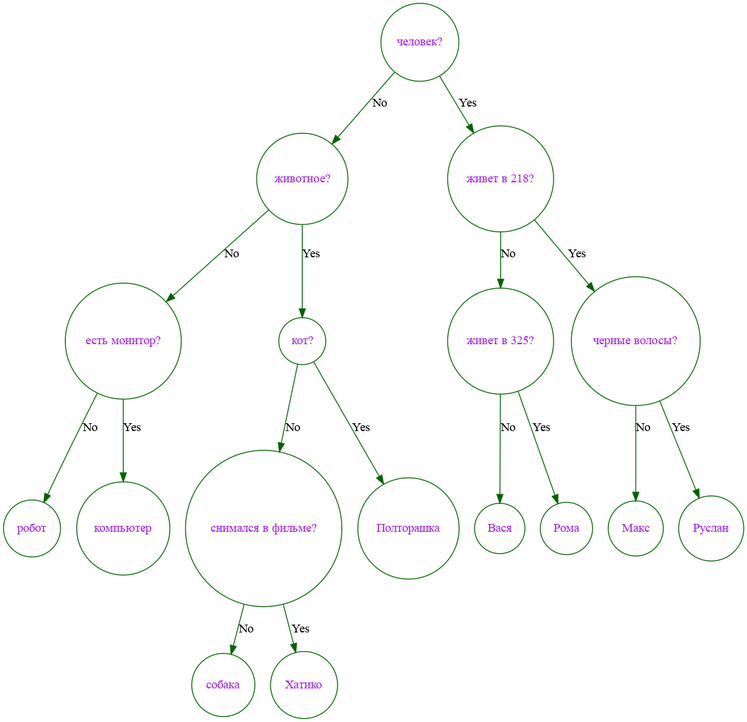
This is GraphViz/base_dump.png from Stan1slavssKy/Akinator, a Graphviz export, as it was before one commit. Its source is kept beside it as GraphViz/base_dump.dot.
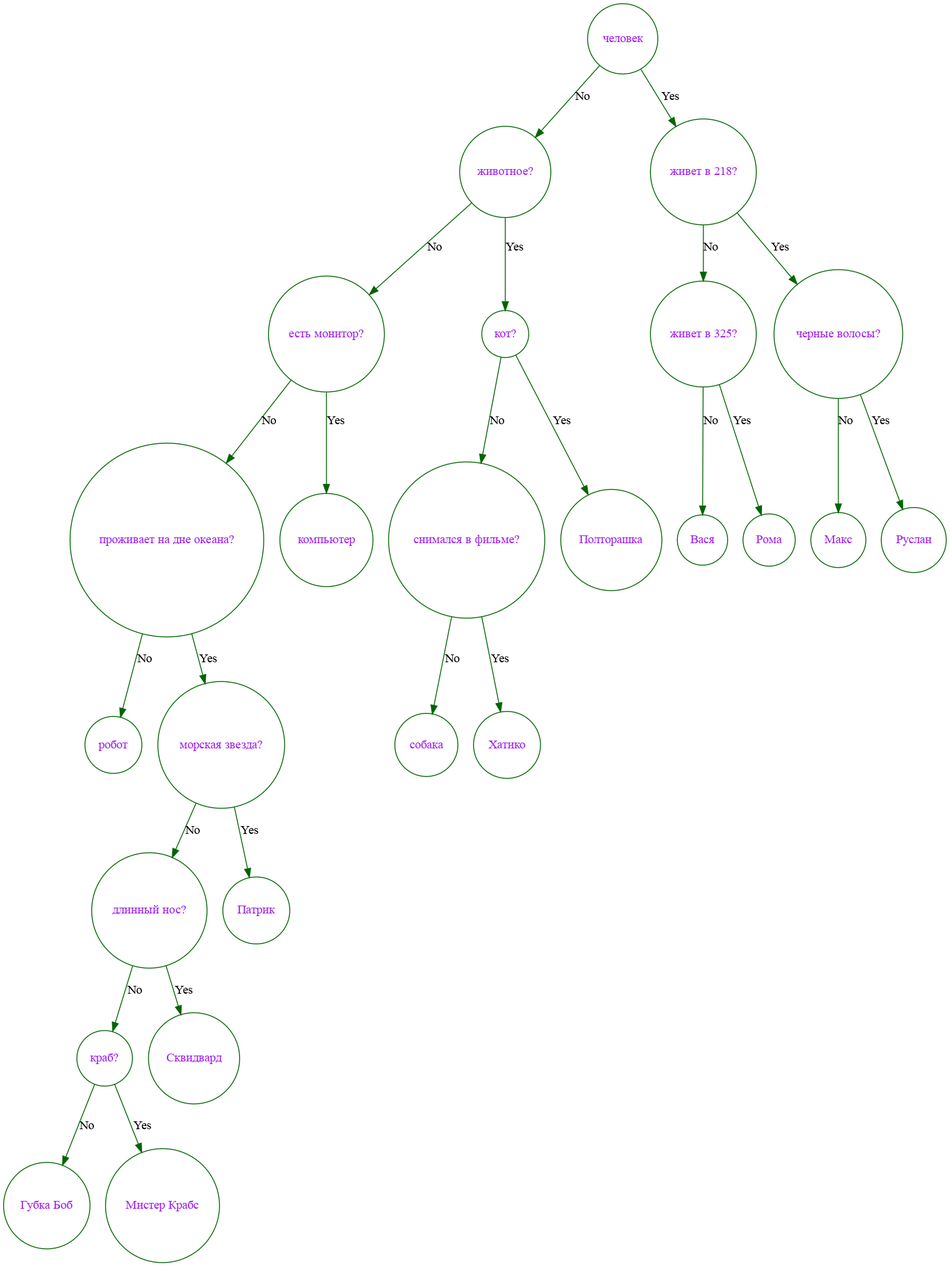
After the change.

The edit, as a diff of the source:
```diff
@@ -3,8 +3,8 @@
 		node [shape = "circle", color = "darkgreen", fontcolor = "purple"];
 		edge [color = "darkgreen"];
 
-		"человек?" -> "животное?"[label = "No"];
-		"человек?" -> "живет в 218?"[label = "Yes"];
+		"человек" -> "животное?"[label = "No"];
+		"человек" -> "живет в 218?"[label = "Yes"];
 		"живет в 218?" -> "живет в 325?"[label = "No"];
 		"живет в 218?" -> "черные волосы?"[label = "Yes"];
 		"черные волосы?" -> "Макс"[label = "No"];
@@ -17,6 +17,14 @@
 		"кот?" -> "Полторашка"[label = "Yes"];
 		"снимался в фильме?" -> "собака"[label = "No"];
 		"снимался в фильме?" -> "Хатико"[label = "Yes"];
-		"есть монитор?" -> "робот"[label = "No"];
+		"есть монитор?" -> "проживает на дне океана?"[label = "No"];
 		"есть монитор?" -> "компьютер"[label = "Yes"];
+		"проживает на дне океана?" -> "робот"[label = "No"];
+		"проживает на дне океана?" -> "морская звезда?"[label = "Yes"];
+		"морская звезда?" -> "длинный нос?"[label = "No"];
+		"морская звезда?" -> "Патрик"[label = "Yes"];
+		"длинный нос?" -> "краб?"[label = "No"];
+		"длинный нос?" -> "Сквидвард"[label = "Yes"];
+		"краб?" -> "Губка Боб"[label = "No"];
+		"краб?" -> "Мистер Крабс"[label = "Yes"];
 }
```
